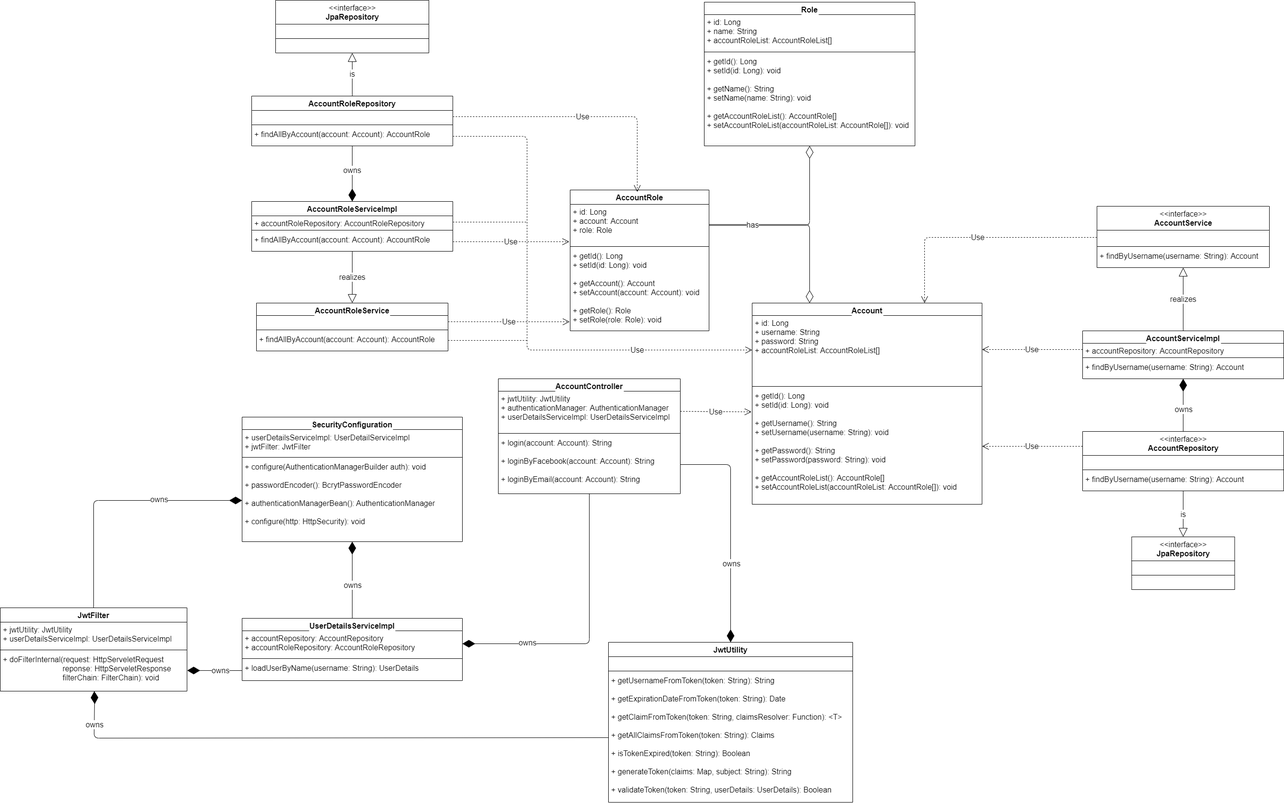
Earlier version of the draw.io export CLASS_DIAGRAM.png (trancongphuoc/C0720G1-TRANCONGPHUOC). Source tidied: cells renumbered, new cells last; positions are measured from the earlier drawing's top-left corner, leaving out a move shared by most shapes.
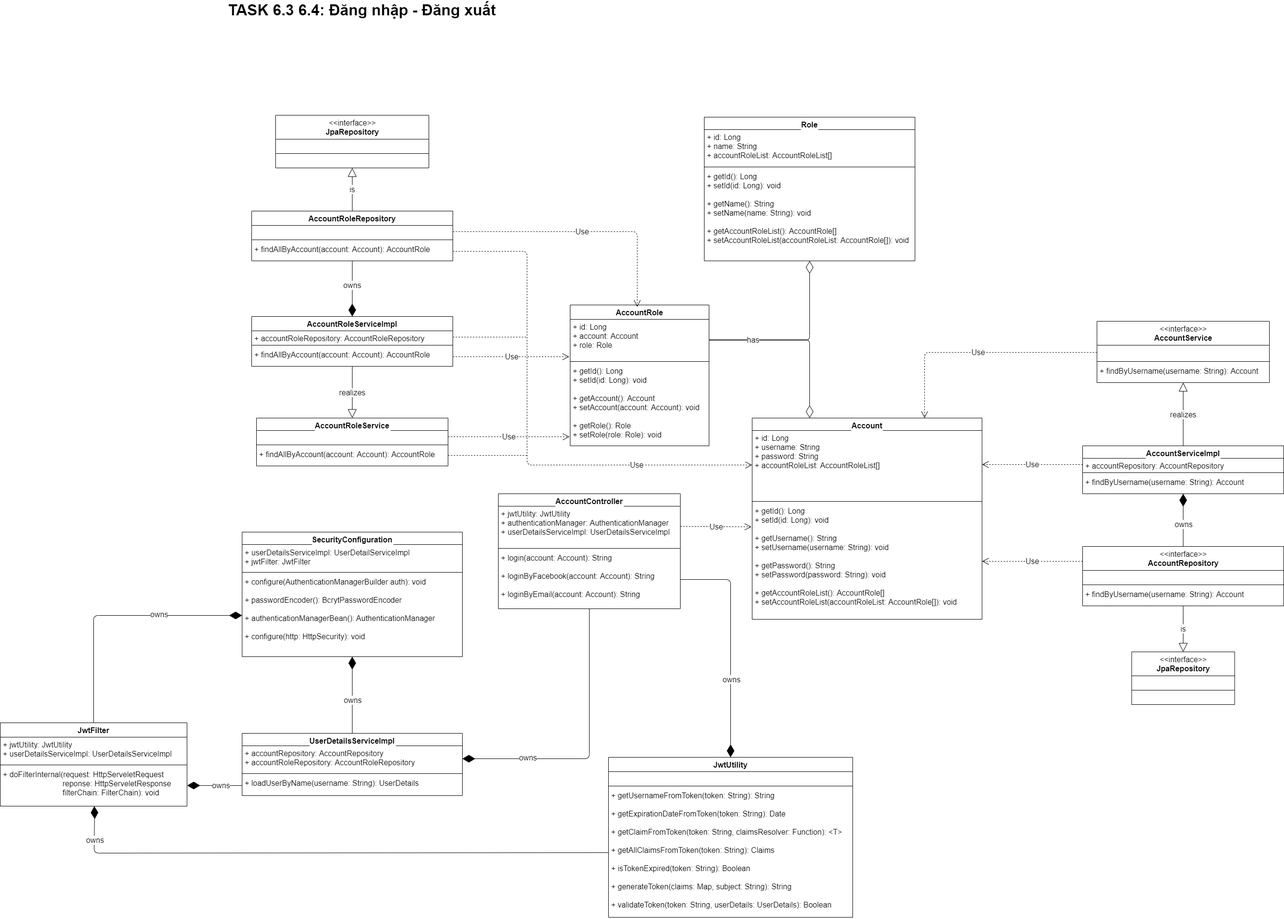
After the change.

What changed in the source:
```diff
@@ -345,5 +345,8 @@
         <mxPoint x="1100" y="710" as="targetPoint" />
       </mxGeometry>
     </mxCell>
+    <mxCell id="99" value="TASK 6.3 6.4: Đăng nhập - Đăng xuất" style="text;html=1;align=center;verticalAlign=middle;fontSize=32;fontColor=#000000;fontStyle=1;" parent="1" vertex="1">
+      <mxGeometry x="470" y="-240" width="570" height="40" as="geometry" />
+    </mxCell>
   </root>
 </mxGraphModel>
```
